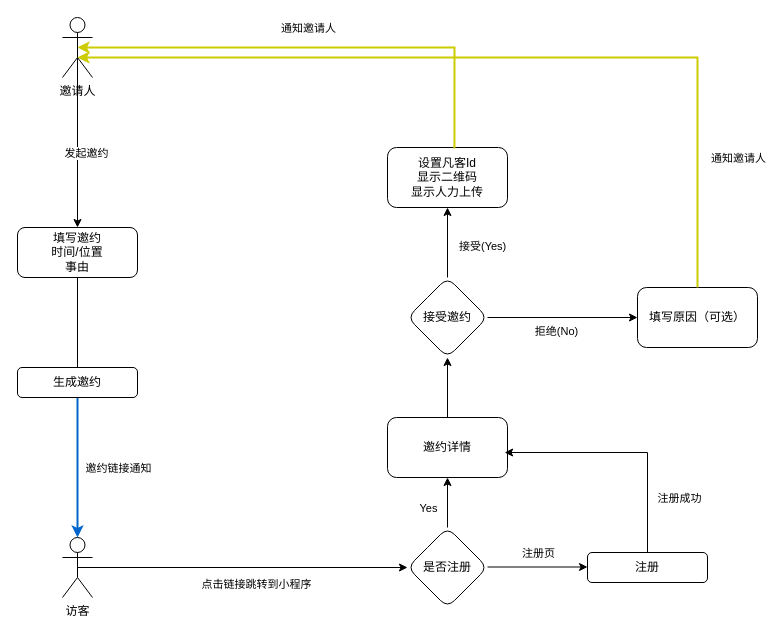
The draw.io diagram page "邀请模式" (2 of 2) of 访客系统/访客系统.drawio in animitta/graph, before the edit. Source tidied: cells renumbered, new cells numbered last; positions are measured from the earlier drawing's top-left corner, leaving out a move shared by most shapes. Both pictures are drawn from the tidied source at 100%, with x=0, y=0 at pixel (17, 17).
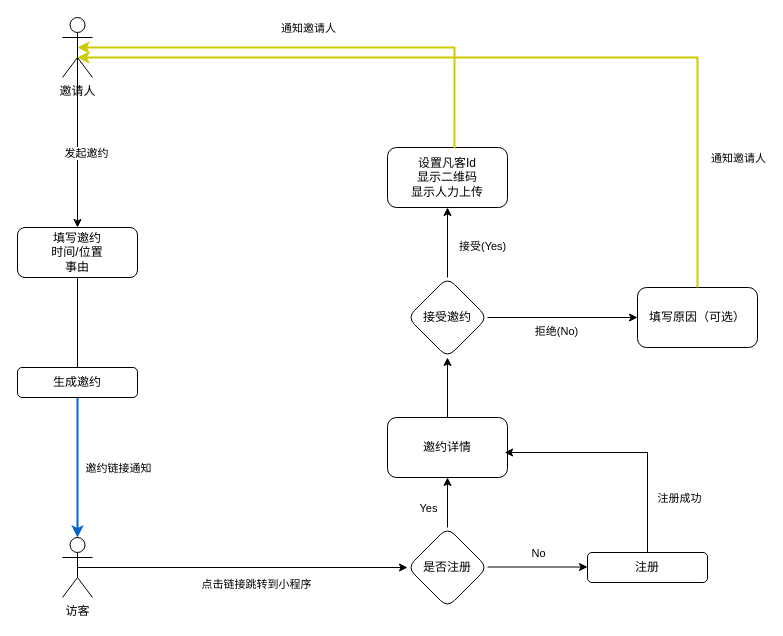
The same diagram, later.

The change refers to these unchanged cells:
```xml
<mxCell id="29" style="endArrow=classic;html=1;rounded=0;strokeColor=#000000;" parent="1" edge="1">
  <mxGeometry relative="1" as="geometry">
    <mxPoint x="470" y="549.5" as="sourcePoint" />
    <mxPoint x="570" y="549.5" as="targetPoint" />
  </mxGeometry>
</mxCell>
```

Change to the diagram source:
```diff
@@
-    <mxCell id="30" value="注册页" style="edgeLabel;html=1;align=center;verticalAlign=middle;" parent="29" vertex="1">
+    <mxCell id="30" value="No" style="edgeLabel;html=1;align=center;verticalAlign=middle;" parent="29" vertex="1">
       <mxGeometry relative="1" as="geometry">
         <mxPoint y="-14" as="offset" />
       </mxGeometry>
     </mxCell>
```
